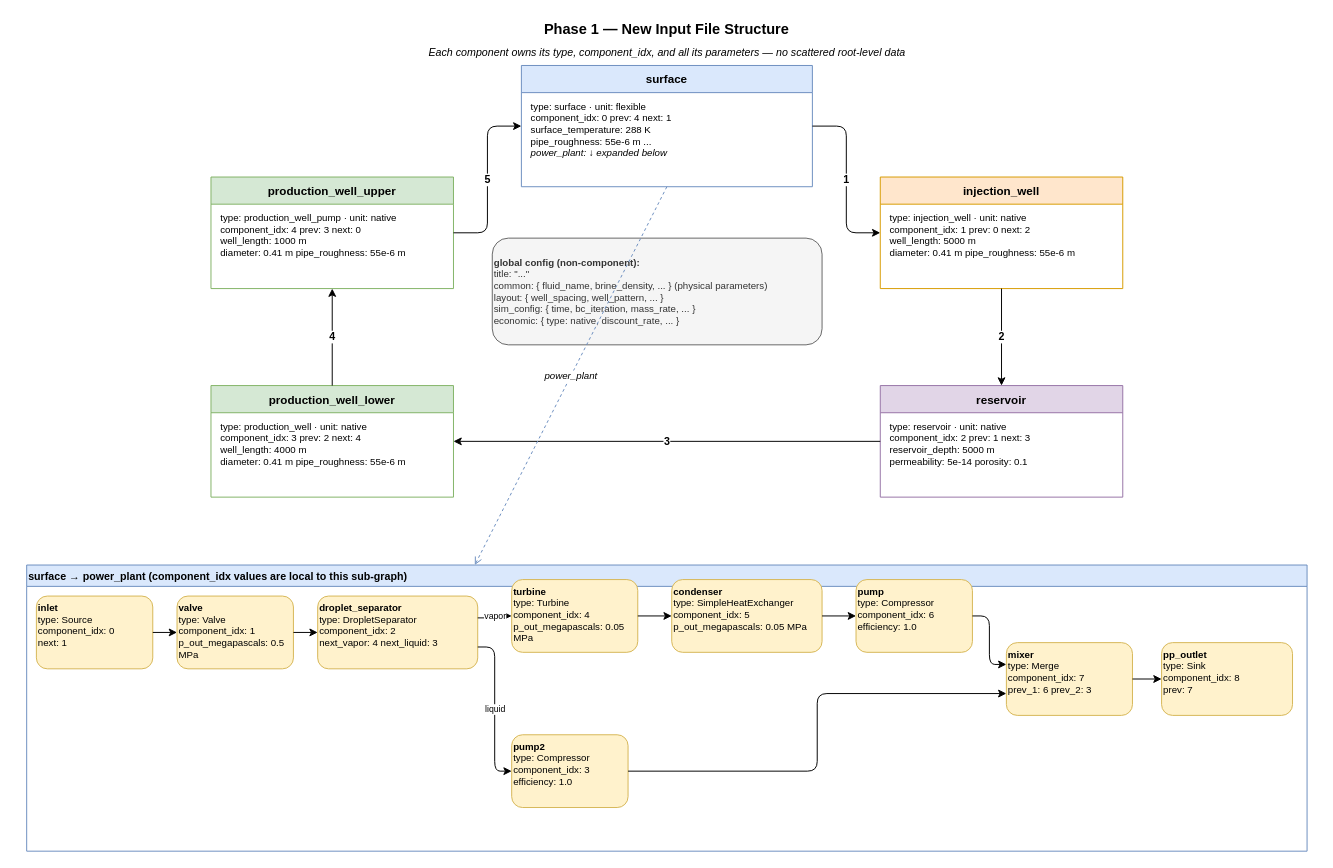
Earlier version of the draw.io diagram docs/diagrams/src/phase1_new_input_file_structure.drawio (GEG-ETHZ/TANGO-core). Source tidied: cells renumbered, new cells numbered last; positions are measured from the earlier drawing's top-left corner, leaving out a move shared by most shapes. Both pictures are drawn from the tidied source at 97%, with x=0, y=0 at pixel (16, 16).
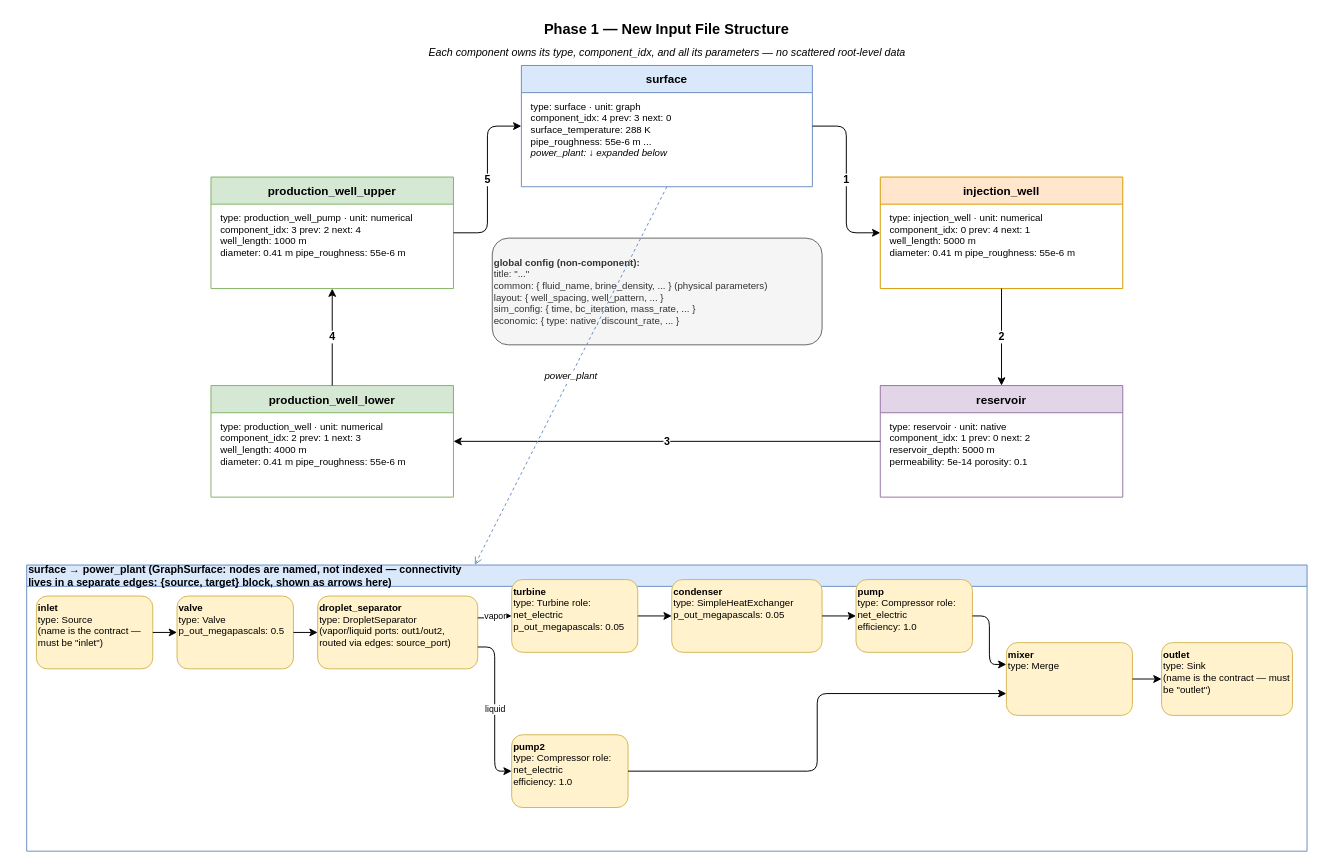
The same diagram, later.

Commit message (it also covers changes not shown here):
docs: reconcile vision doc and Phase 1 diagrams with current tango_next code

The change refers to these unchanged cells:
```xml
<mxCell id="4" value="surface" style="swimlane;startSize=28;fillColor=#dae8fc;strokeColor=#6c8ebf;fontSize=12;fontStyle=1;align=center;" parent="1" vertex="1">
  <mxGeometry x="520" y="50" width="300" height="125" as="geometry" />
</mxCell>
<mxCell id="6" value="injection_well" style="swimlane;startSize=28;fillColor=#ffe6cc;strokeColor=#d79b00;fontSize=12;fontStyle=1;align=center;" parent="1" vertex="1">
  <mxGeometry x="890" y="165" width="250" height="115" as="geometry" />
</mxCell>
<mxCell id="8" value="reservoir" style="swimlane;startSize=28;fillColor=#e1d5e7;strokeColor=#9673a6;fontSize=12;fontStyle=1;align=center;" parent="1" vertex="1">
  <mxGeometry x="890" y="380" width="250" height="115" as="geometry" />
</mxCell>
<mxCell id="10" value="production_well_lower" style="swimlane;startSize=28;fillColor=#d5e8d4;strokeColor=#82b366;fontSize=12;fontStyle=1;align=center;" parent="1" vertex="1">
  <mxGeometry x="200" y="380" width="250" height="115" as="geometry" />
</mxCell>
<mxCell id="12" value="production_well_upper" style="swimlane;startSize=28;fillColor=#d5e8d4;strokeColor=#82b366;fontSize=12;fontStyle=1;align=center;" parent="1" vertex="1">
  <mxGeometry x="200" y="165" width="250" height="115" as="geometry" />
</mxCell>
```

What changed in the source:
```diff
@@
-    <mxCell id="5" value="type: surface · unit: flexible&lt;br&gt;component_idx: 0  prev: 4  next: 1&lt;br&gt;surface_temperature: 288 K&lt;br&gt;pipe_roughness: 55e-6 m  ...&lt;br&gt;&lt;i&gt;power_plant: ↓ expanded below&lt;/i&gt;" style="text;html=1;strokeColor=none;fillColor=none;fontSize=10;align=left;verticalAlign=top;" parent="4" vertex="1">
+    <mxCell id="5" value="type: surface · unit: graph&lt;br&gt;component_idx: 4  prev: 3  next: 0&lt;br&gt;surface_temperature: 288 K&lt;br&gt;pipe_roughness: 55e-6 m  ...&lt;br&gt;&lt;i&gt;power_plant: ↓ expanded below&lt;/i&gt;" style="text;html=1;strokeColor=none;fillColor=none;fontSize=10;align=left;verticalAlign=top;" parent="4" vertex="1">
       <mxGeometry x="8" y="30" width="284" height="87" as="geometry" />
     </mxCell>
@@
-    <mxCell id="7" value="type: injection_well · unit: native&lt;br&gt;component_idx: 1  prev: 0  next: 2&lt;br&gt;well_length: 5000 m&lt;br&gt;diameter: 0.41 m  pipe_roughness: 55e-6 m" style="text;html=1;strokeColor=none;fillColor=none;fontSize=10;align=left;verticalAlign=top;" parent="6" vertex="1">
+    <mxCell id="7" value="type: injection_well · unit: numerical&lt;br&gt;component_idx: 0  prev: 4  next: 1&lt;br&gt;well_length: 5000 m&lt;br&gt;diameter: 0.41 m  pipe_roughness: 55e-6 m" style="text;html=1;strokeColor=none;fillColor=none;fontSize=10;align=left;verticalAlign=top;" parent="6" vertex="1">
       <mxGeometry x="8" y="30" width="234" height="78" as="geometry" />
     </mxCell>
@@
-    <mxCell id="9" value="type: reservoir · unit: native&lt;br&gt;component_idx: 2  prev: 1  next: 3&lt;br&gt;reservoir_depth: 5000 m&lt;br&gt;permeability: 5e-14  porosity: 0.1" style="text;html=1;strokeColor=none;fillColor=none;fontSize=10;align=left;verticalAlign=top;" parent="8" vertex="1">
+    <mxCell id="9" value="type: reservoir · unit: native&lt;br&gt;component_idx: 1  prev: 0  next: 2&lt;br&gt;reservoir_depth: 5000 m&lt;br&gt;permeability: 5e-14  porosity: 0.1" style="text;html=1;strokeColor=none;fillColor=none;fontSize=10;align=left;verticalAlign=top;" parent="8" vertex="1">
       <mxGeometry x="8" y="30" width="234" height="78" as="geometry" />
     </mxCell>
@@
-    <mxCell id="11" value="type: production_well · unit: native&lt;br&gt;component_idx: 3  prev: 2  next: 4&lt;br&gt;well_length: 4000 m&lt;br&gt;diameter: 0.41 m  pipe_roughness: 55e-6 m" style="text;html=1;strokeColor=none;fillColor=none;fontSize=10;align=left;verticalAlign=top;" parent="10" vertex="1">
+    <mxCell id="11" value="type: production_well · unit: numerical&lt;br&gt;component_idx: 2  prev: 1  next: 3&lt;br&gt;well_length: 4000 m&lt;br&gt;diameter: 0.41 m  pipe_roughness: 55e-6 m" style="text;html=1;strokeColor=none;fillColor=none;fontSize=10;align=left;verticalAlign=top;" parent="10" vertex="1">
       <mxGeometry x="8" y="30" width="234" height="78" as="geometry" />
     </mxCell>
@@
-    <mxCell id="13" value="type: production_well_pump · unit: native&lt;br&gt;component_idx: 4  prev: 3  next: 0&lt;br&gt;well_length: 1000 m&lt;br&gt;diameter: 0.41 m  pipe_roughness: 55e-6 m" style="text;html=1;strokeColor=none;fillColor=none;fontSize=10;align=left;verticalAlign=top;" parent="12" vertex="1">
+    <mxCell id="13" value="type: production_well_pump · unit: numerical&lt;br&gt;component_idx: 3  prev: 2  next: 4&lt;br&gt;well_length: 1000 m&lt;br&gt;diameter: 0.41 m  pipe_roughness: 55e-6 m" style="text;html=1;strokeColor=none;fillColor=none;fontSize=10;align=left;verticalAlign=top;" parent="12" vertex="1">
       <mxGeometry x="8" y="30" width="234" height="78" as="geometry" />
     </mxCell>
@@
-    <mxCell id="21" value="surface → power_plant   (component_idx values are local to this sub-graph)" style="swimlane;startSize=22;fillColor=#dae8fc;strokeColor=#6c8ebf;fontSize=11;fontStyle=1;align=left;" parent="1" vertex="1">
+    <mxCell id="21" value="surface → power_plant   (GraphSurface: nodes are named, not indexed — connectivity&#10;lives in a separate edges: {source, target} block, shown as arrows here)" style="swimlane;startSize=22;fillColor=#dae8fc;strokeColor=#6c8ebf;fontSize=11;fontStyle=1;align=left;" parent="1" vertex="1">
       <mxGeometry x="10" y="565" width="1320" height="295" as="geometry" />
     </mxCell>
-    <mxCell id="22" value="&lt;b&gt;inlet&lt;/b&gt;&lt;br&gt;type: Source&lt;br&gt;component_idx: 0&lt;br&gt;next: 1" style="rounded=1;whiteSpace=wrap;html=1;fillColor=#fff2cc;strokeColor=#d6b656;fontSize=10;align=left;verticalAlign=top;" parent="21" vertex="1">
+    <mxCell id="22" value="&lt;b&gt;inlet&lt;/b&gt;&lt;br&gt;type: Source&lt;br&gt;(name is the contract — must be &quot;inlet&quot;)" style="rounded=1;whiteSpace=wrap;html=1;fillColor=#fff2cc;strokeColor=#d6b656;fontSize=10;align=left;verticalAlign=top;" parent="21" vertex="1">
       <mxGeometry x="10" y="32" width="120" height="75" as="geometry" />
     </mxCell>
-    <mxCell id="23" value="&lt;b&gt;valve&lt;/b&gt;&lt;br&gt;type: Valve&lt;br&gt;component_idx: 1&lt;br&gt;p_out_megapascals: 0.5 MPa" style="rounded=1;whiteSpace=wrap;html=1;fillColor=#fff2cc;strokeColor=#d6b656;fontSize=10;align=left;verticalAlign=top;" parent="21" vertex="1">
+    <mxCell id="23" value="&lt;b&gt;valve&lt;/b&gt;&lt;br&gt;type: Valve&lt;br&gt;p_out_megapascals: 0.5" style="rounded=1;whiteSpace=wrap;html=1;fillColor=#fff2cc;strokeColor=#d6b656;fontSize=10;align=left;verticalAlign=top;" parent="21" vertex="1">
       <mxGeometry x="155" y="32" width="120" height="75" as="geometry" />
     </mxCell>
-    <mxCell id="24" value="&lt;b&gt;droplet_separator&lt;/b&gt;&lt;br&gt;type: DropletSeparator&lt;br&gt;component_idx: 2&lt;br&gt;next_vapor: 4  next_liquid: 3" style="rounded=1;whiteSpace=wrap;html=1;fillColor=#fff2cc;strokeColor=#d6b656;fontSize=10;align=left;verticalAlign=top;" parent="21" vertex="1">
+    <mxCell id="24" value="&lt;b&gt;droplet_separator&lt;/b&gt;&lt;br&gt;type: DropletSeparator&lt;br&gt;(vapor/liquid ports: out1/out2,&lt;br&gt;routed via edges: source_port)" style="rounded=1;whiteSpace=wrap;html=1;fillColor=#fff2cc;strokeColor=#d6b656;fontSize=10;align=left;verticalAlign=top;" parent="21" vertex="1">
       <mxGeometry x="300" y="32" width="165" height="75" as="geometry" />
     </mxCell>
-    <mxCell id="25" value="&lt;b&gt;turbine&lt;/b&gt;&lt;br&gt;type: Turbine&lt;br&gt;component_idx: 4&lt;br&gt;p_out_megapascals: 0.05 MPa" style="rounded=1;whiteSpace=wrap;html=1;fillColor=#fff2cc;strokeColor=#d6b656;fontSize=10;align=left;verticalAlign=top;" parent="21" vertex="1">
+    <mxCell id="25" value="&lt;b&gt;turbine&lt;/b&gt;&lt;br&gt;type: Turbine  role: net_electric&lt;br&gt;p_out_megapascals: 0.05" style="rounded=1;whiteSpace=wrap;html=1;fillColor=#fff2cc;strokeColor=#d6b656;fontSize=10;align=left;verticalAlign=top;" parent="21" vertex="1">
       <mxGeometry x="500" y="15" width="130" height="75" as="geometry" />
     </mxCell>
-    <mxCell id="26" value="&lt;b&gt;condenser&lt;/b&gt;&lt;br&gt;type: SimpleHeatExchanger&lt;br&gt;component_idx: 5&lt;br&gt;p_out_megapascals: 0.05 MPa" style="rounded=1;whiteSpace=wrap;html=1;fillColor=#fff2cc;strokeColor=#d6b656;fontSize=10;align=left;verticalAlign=top;" parent="21" vertex="1">
+    <mxCell id="26" value="&lt;b&gt;condenser&lt;/b&gt;&lt;br&gt;type: SimpleHeatExchanger&lt;br&gt;p_out_megapascals: 0.05" style="rounded=1;whiteSpace=wrap;html=1;fillColor=#fff2cc;strokeColor=#d6b656;fontSize=10;align=left;verticalAlign=top;" parent="21" vertex="1">
       <mxGeometry x="665" y="15" width="155" height="75" as="geometry" />
     </mxCell>
-    <mxCell id="27" value="&lt;b&gt;pump&lt;/b&gt;&lt;br&gt;type: Compressor&lt;br&gt;component_idx: 6&lt;br&gt;efficiency: 1.0" style="rounded=1;whiteSpace=wrap;html=1;fillColor=#fff2cc;strokeColor=#d6b656;fontSize=10;align=left;verticalAlign=top;" parent="21" vertex="1">
+    <mxCell id="27" value="&lt;b&gt;pump&lt;/b&gt;&lt;br&gt;type: Compressor  role: net_electric&lt;br&gt;efficiency: 1.0" style="rounded=1;whiteSpace=wrap;html=1;fillColor=#fff2cc;strokeColor=#d6b656;fontSize=10;align=left;verticalAlign=top;" parent="21" vertex="1">
       <mxGeometry x="855" y="15" width="120" height="75" as="geometry" />
     </mxCell>
-    <mxCell id="28" value="&lt;b&gt;pump2&lt;/b&gt;&lt;br&gt;type: Compressor&lt;br&gt;component_idx: 3&lt;br&gt;efficiency: 1.0" style="rounded=1;whiteSpace=wrap;html=1;fillColor=#fff2cc;strokeColor=#d6b656;fontSize=10;align=left;verticalAlign=top;" parent="21" vertex="1">
+    <mxCell id="28" value="&lt;b&gt;pump2&lt;/b&gt;&lt;br&gt;type: Compressor  role: net_electric&lt;br&gt;efficiency: 1.0" style="rounded=1;whiteSpace=wrap;html=1;fillColor=#fff2cc;strokeColor=#d6b656;fontSize=10;align=left;verticalAlign=top;" parent="21" vertex="1">
       <mxGeometry x="500" y="175" width="120" height="75" as="geometry" />
     </mxCell>
-    <mxCell id="29" value="&lt;b&gt;mixer&lt;/b&gt;&lt;br&gt;type: Merge&lt;br&gt;component_idx: 7&lt;br&gt;prev_1: 6  prev_2: 3" style="rounded=1;whiteSpace=wrap;html=1;fillColor=#fff2cc;strokeColor=#d6b656;fontSize=10;align=left;verticalAlign=top;" parent="21" vertex="1">
+    <mxCell id="29" value="&lt;b&gt;mixer&lt;/b&gt;&lt;br&gt;type: Merge" style="rounded=1;whiteSpace=wrap;html=1;fillColor=#fff2cc;strokeColor=#d6b656;fontSize=10;align=left;verticalAlign=top;" parent="21" vertex="1">
       <mxGeometry x="1010" y="80" width="130" height="75" as="geometry" />
     </mxCell>
-    <mxCell id="30" value="&lt;b&gt;pp_outlet&lt;/b&gt;&lt;br&gt;type: Sink&lt;br&gt;component_idx: 8&lt;br&gt;prev: 7" style="rounded=1;whiteSpace=wrap;html=1;fillColor=#fff2cc;strokeColor=#d6b656;fontSize=10;align=left;verticalAlign=top;" parent="21" vertex="1">
+    <mxCell id="30" value="&lt;b&gt;outlet&lt;/b&gt;&lt;br&gt;type: Sink&lt;br&gt;(name is the contract — must be &quot;outlet&quot;)" style="rounded=1;whiteSpace=wrap;html=1;fillColor=#fff2cc;strokeColor=#d6b656;fontSize=10;align=left;verticalAlign=top;" parent="21" vertex="1">
       <mxGeometry x="1170" y="80" width="135" height="75" as="geometry" />
     </mxCell>
```
